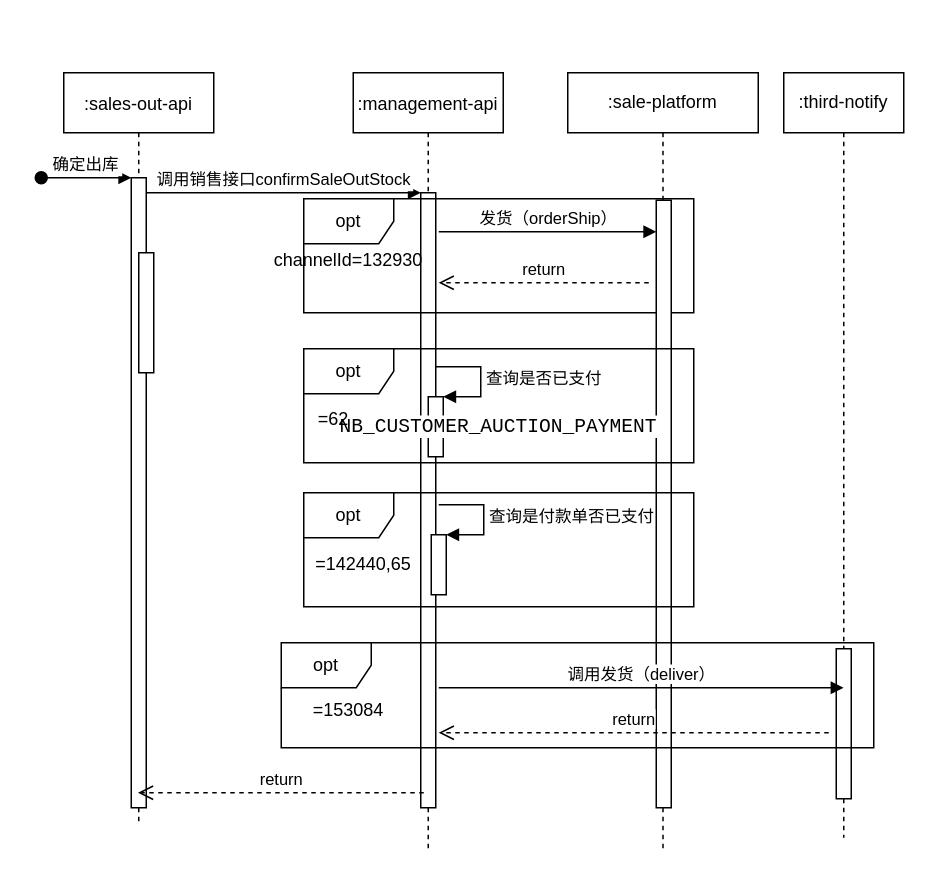
maodunUi/myDraw keeps this draw.io diagram as 销售流程图.drawio. Above is the earlier version. Source tidied: cells renumbered, new cells numbered last; positions are measured from the earlier drawing's top-left corner, leaving out a move shared by most shapes. Both pictures are drawn from the tidied source at 150%, with x=0, y=0 at pixel (40, 72).
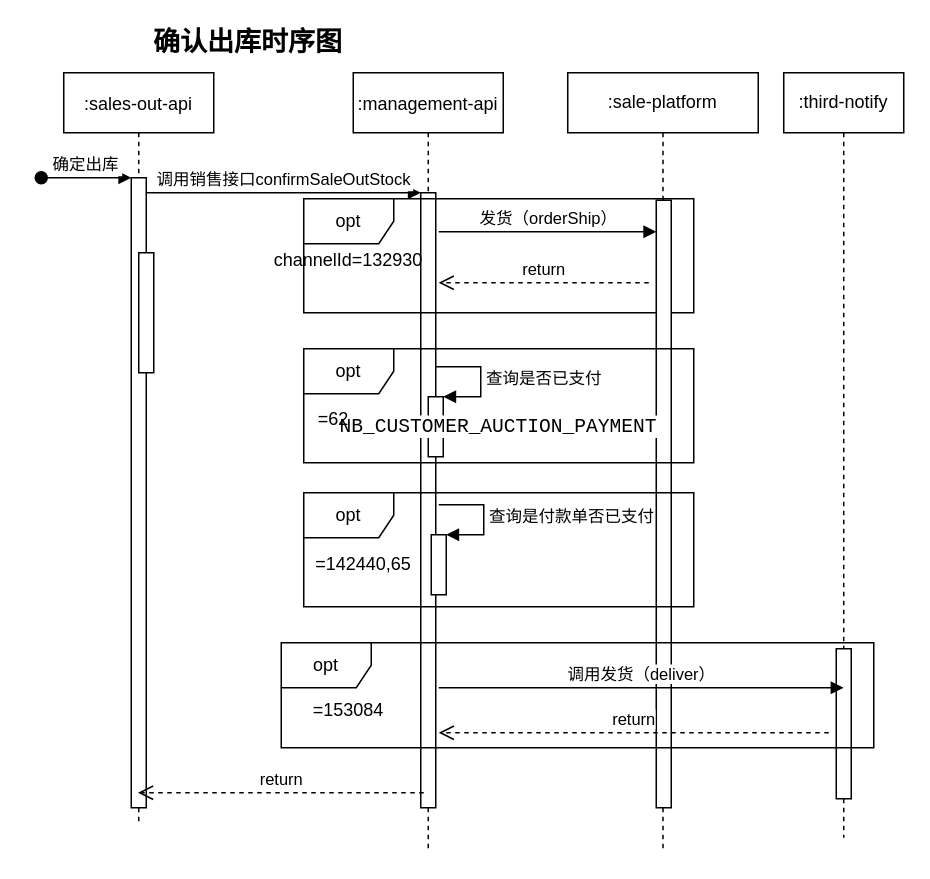
The same diagram, later.

Commit message (it also covers changes not shown here):
更新销售流程图.drawio

Change to the diagram source:
```diff
@@
+    <mxCell id="31" value="&lt;font style=&quot;font-size: 18px;&quot;&gt;&lt;b&gt;确认出库时序图&lt;/b&gt;&lt;/font&gt;" style="text;html=1;strokeColor=none;fillColor=none;align=center;verticalAlign=middle;whiteSpace=wrap;rounded=0;" parent="1" vertex="1">
+      <mxGeometry x="68" y="-30" width="140" height="20" as="geometry" />
+    </mxCell>
```
